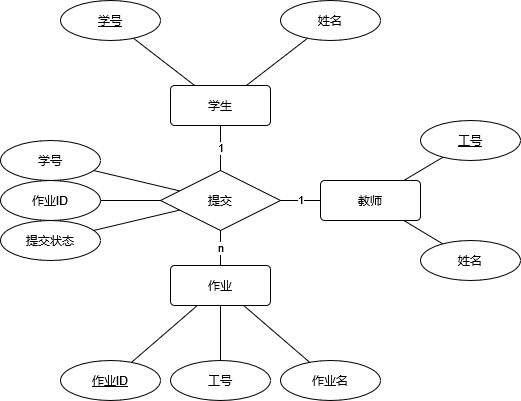
Above: README.assets/E-R.drawio.png in mind-dance/students-assignments (draw.io), before the change. Source tidied: cells renumbered, new cells last; positions are measured from the earlier drawing's top-left corner, leaving out a move shared by most shapes.
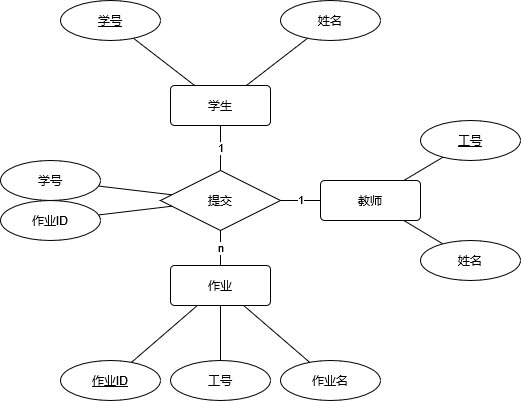
Later version of the same file.

Commit message:
更新E-R.drawio.png，取消提交状态属性

The edit, as a diff of the source:
```diff
@@ -27,7 +27,7 @@
       <mxGeometry relative="1" as="geometry" />
     </mxCell>
     <mxCell id="10" value="学号" style="ellipse;whiteSpace=wrap;html=1;align=center;" parent="1" vertex="1">
-      <mxGeometry y="140" width="100" height="40" as="geometry" />
+      <mxGeometry y="160" width="100" height="40" as="geometry" />
     </mxCell>
     <mxCell id="11" style="endArrow=none;html=1;rounded=0;" parent="1" edge="1" source="10" target="14">
       <mxGeometry relative="1" as="geometry" />
@@ -47,17 +47,11 @@
     <mxCell id="16" value="作业名" style="ellipse;whiteSpace=wrap;html=1;align=center;" parent="1" vertex="1">
       <mxGeometry x="280" y="360" width="100" height="40" as="geometry" />
     </mxCell>
-    <mxCell id="17" value="提交状态" style="ellipse;whiteSpace=wrap;html=1;align=center;" parent="1" vertex="1">
-      <mxGeometry y="220" width="100" height="40" as="geometry" />
-    </mxCell>
-    <mxCell id="18" style="endArrow=none;html=1;rounded=0;" parent="1" edge="1" source="17" target="14">
-      <mxGeometry relative="1" as="geometry" />
-    </mxCell>
     <mxCell id="19" value="&lt;u&gt;作业ID&lt;/u&gt;" style="ellipse;whiteSpace=wrap;html=1;align=center;" parent="1" vertex="1">
       <mxGeometry x="60" y="360" width="100" height="40" as="geometry" />
     </mxCell>
     <mxCell id="20" value="作业ID" style="ellipse;whiteSpace=wrap;html=1;align=center;" parent="1" vertex="1">
-      <mxGeometry y="180" width="100" height="40" as="geometry" />
+      <mxGeometry y="200" width="100" height="40" as="geometry" />
     </mxCell>
     <mxCell id="21" style="endArrow=none;html=1;rounded=0;" parent="1" edge="1" source="20" target="14">
       <mxGeometry relative="1" as="geometry" />
```
